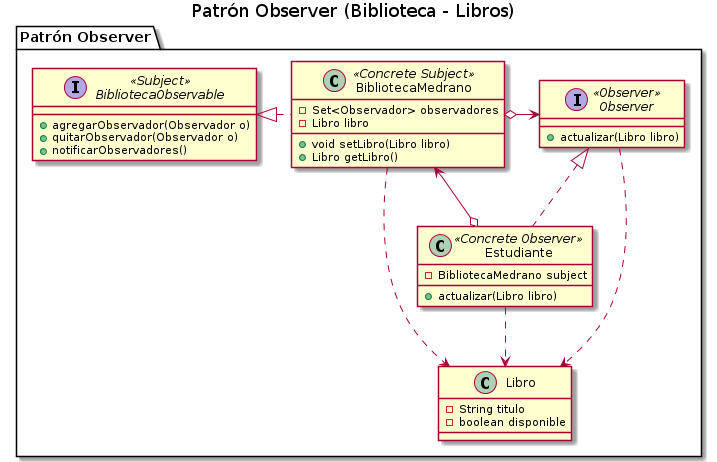
Earlier version of the PlantUML export practica/patrones-de-diseño/diagramas-de-clases/biblioteca-observer.png (manu-utn/bitacora-diseno-de-sistemas). The source it was exported from:
```plantuml
@startuml
Title Patrón Observer (Biblioteca - Libros)


package "Patrón Observer"{
    interface BibliotecaObservable <<Subject>>{
        +agregarObservador(Observador o)
        +quitarObservador(Observador o)
        +notificarObservadores()
    }

    class BibliotecaMedrano <<Concrete Subject>>{
        -Set<Observador> observadores
        -Libro libro
        +void setLibro(Libro libro)
        +Libro getLibro()
    }

    interface Observer <<Observer>>{
        +actualizar(Libro libro)
    }

    class Estudiante <<Concrete Observer>>{
        -BibliotecaMedrano subject
        +actualizar(Libro libro)
    }

    class Libro{
        -String titulo
        -boolean disponible
    }


}

BibliotecaMedrano    .left.|> BibliotecaObservable
BibliotecaMedrano    o-right-> Observer
Estudiante         .up.|> Observer
Estudiante         o-u-> BibliotecaMedrano

Estudiante          .down.> Libro
BibliotecaMedrano   .down.> Libro
Observer            .down.> Libro




@enduml
```
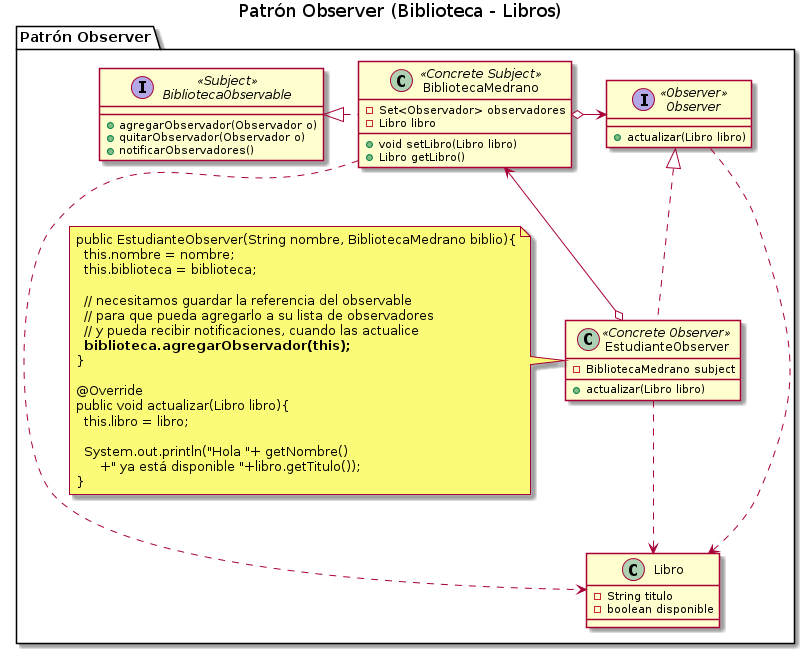
After the change.

Diff of the diagram source:
```diff
@@ -20,7 +20,7 @@
         +actualizar(Libro libro)
     }
 
-    class Estudiante <<Concrete Observer>>{
+    class EstudianteObserver <<Concrete Observer>>{
         -BibliotecaMedrano subject
         +actualizar(Libro libro)
     }
@@ -30,19 +30,37 @@
         -boolean disponible
     }
 
+    note left of EstudianteObserver
+      public EstudianteObserver(String nombre, BibliotecaMedrano biblio){
+        this.nombre = nombre;
+        this.biblioteca = biblioteca;
+
+        // necesitamos guardar la referencia del observable
+        // para que pueda agregarlo a su lista de observadores
+        // y pueda recibir notificaciones, cuando las actualice
+        **biblioteca.agregarObservador(this);**
+      }
+
+      @Override
+      public void actualizar(Libro libro){
+        this.libro = libro;
+
+        System.out.println("Hola "+ getNombre()
+            +" ya está disponible "+libro.getTitulo());
+      }
+    end note
 
 }
 
 BibliotecaMedrano    .left.|> BibliotecaObservable
 BibliotecaMedrano    o-right-> Observer
-Estudiante         .up.|> Observer
-Estudiante         o-u-> BibliotecaMedrano
+EstudianteObserver         .up.|> Observer
+EstudianteObserver         o-u-> BibliotecaMedrano
 
-Estudiante          .down.> Libro
+EstudianteObserver          .down.> Libro
 BibliotecaMedrano   .down.> Libro
 Observer            .down.> Libro
 
 
 
-
 @enduml
```
